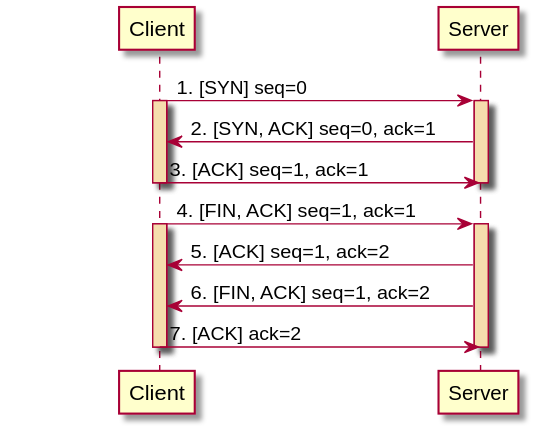
Above: wireshark/images/tcp.svg in JianLiu666/LearningNote-Linux (PlantUML), before the change.
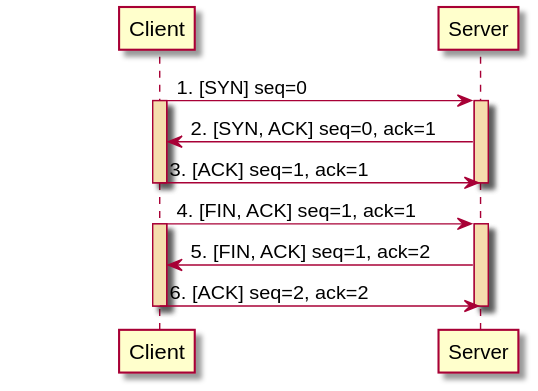
The same file after the commit.

What changed in the source:
```diff
@@ -22,11 +22,9 @@
 activate client #F5DDAD
 activate server #F5DDAD
 
-server -> client : [ACK] seq=1, ack=2
-
 server -> client : [FIN, ACK] seq=1, ack=2
 
-client -> server : [ACK] ack=2
+client -> server : [ACK] seq=2, ack=2
 deactivate client
 deactivate server
 
```
